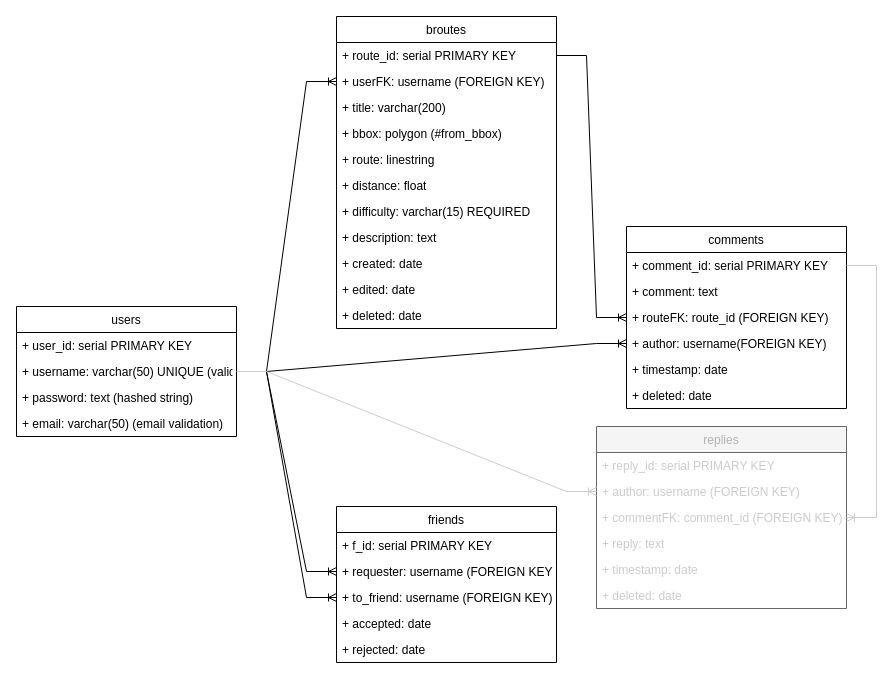
Earlier version of the draw.io diagram page "schema" (2 of 4) of readme/Cycling.drawio (tang-jh/ga-capstone-bcycling). Source tidied: cells renumbered, new cells numbered last; positions are measured from the earlier drawing's top-left corner, leaving out a move shared by most shapes. Both pictures are drawn from the tidied source at 100%, with x=0, y=0 at pixel (16, 16).
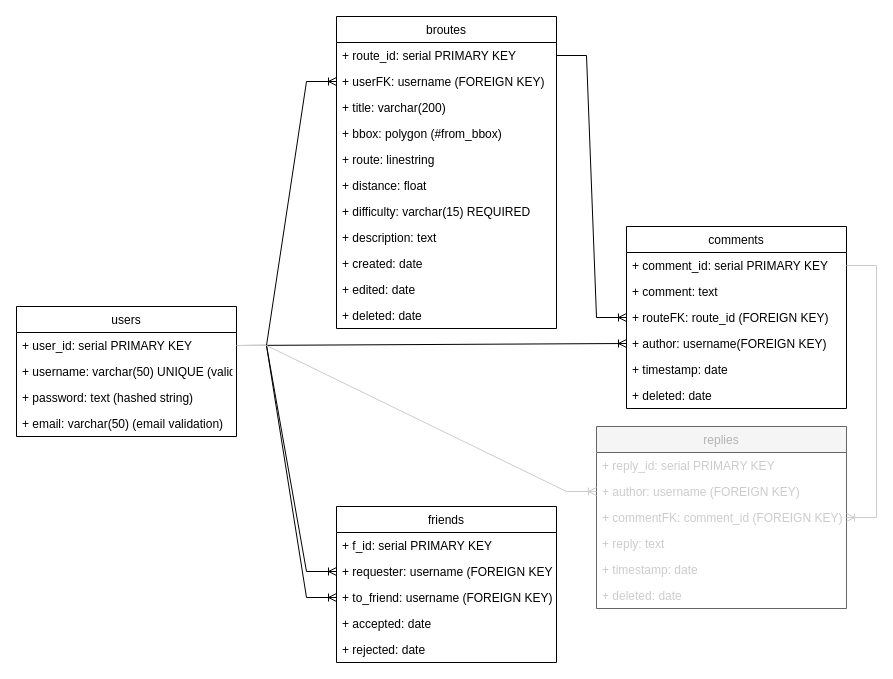
The same diagram, later.

The change refers to these unchanged cells:
```xml
<mxCell id="3" value="+ user_id: serial PRIMARY KEY" style="text;strokeColor=none;fillColor=none;align=left;verticalAlign=top;spacingLeft=4;spacingRight=4;overflow=hidden;points=[[0,0.5],[1,0.5]];portConstraint=eastwest;fontSize=12;" parent="2" vertex="1">
  <mxGeometry y="26" width="220" height="26" as="geometry" />
</mxCell>
<mxCell id="4" value="+ username: varchar(50) UNIQUE (validation)" style="text;strokeColor=none;fillColor=none;align=left;verticalAlign=top;spacingLeft=4;spacingRight=4;overflow=hidden;points=[[0,0.5],[1,0.5]];portConstraint=eastwest;fontSize=12;" parent="2" vertex="1">
  <mxGeometry y="52" width="220" height="26" as="geometry" />
</mxCell>
<mxCell id="9" value="+ userFK: username (FOREIGN KEY)" style="text;strokeColor=none;fillColor=none;align=left;verticalAlign=top;spacingLeft=4;spacingRight=4;overflow=hidden;points=[[0,0.5],[1,0.5]];portConstraint=eastwest;fontSize=12;" parent="7" vertex="1">
  <mxGeometry y="52" width="220" height="26" as="geometry" />
</mxCell>
<mxCell id="23" value="+ author: username(FOREIGN KEY)" style="text;strokeColor=none;fillColor=none;align=left;verticalAlign=top;spacingLeft=4;spacingRight=4;overflow=hidden;points=[[0,0.5],[1,0.5]];portConstraint=eastwest;fontSize=12;" parent="19" vertex="1">
  <mxGeometry y="104" width="220" height="26" as="geometry" />
</mxCell>
<mxCell id="28" value="+ requester: username (FOREIGN KEY)" style="text;strokeColor=none;fillColor=none;align=left;verticalAlign=top;spacingLeft=4;spacingRight=4;overflow=hidden;points=[[0,0.5],[1,0.5]];portConstraint=eastwest;fontSize=12;" parent="26" vertex="1">
  <mxGeometry y="52" width="220" height="26" as="geometry" />
</mxCell>
<mxCell id="29" value="+ to_friend: username (FOREIGN KEY)" style="text;strokeColor=none;fillColor=none;align=left;verticalAlign=top;spacingLeft=4;spacingRight=4;overflow=hidden;points=[[0,0.5],[1,0.5]];portConstraint=eastwest;fontSize=12;" parent="26" vertex="1">
  <mxGeometry y="78" width="220" height="26" as="geometry" />
</mxCell>
<mxCell id="39" value="+ author: username (FOREIGN KEY)" style="text;strokeColor=none;fillColor=none;align=left;verticalAlign=top;spacingLeft=4;spacingRight=4;overflow=hidden;points=[[0,0.5],[1,0.5]];portConstraint=eastwest;fontSize=12;fontColor=#CCCCCC;" parent="37" vertex="1">
  <mxGeometry y="52" width="250" height="26" as="geometry" />
</mxCell>
```

What changed in the source:
```diff
@@
-    <mxCell id="32" style="edgeStyle=entityRelationEdgeStyle;fontSize=12;html=1;endArrow=ERoneToMany;rounded=0;jumpStyle=arc;exitX=1;exitY=0.5;exitDx=0;exitDy=0;" parent="1" edge="1" source="4" target="28">
+    <mxCell id="32" style="edgeStyle=entityRelationEdgeStyle;fontSize=12;html=1;endArrow=ERoneToMany;rounded=0;jumpStyle=arc;exitX=1;exitY=0.5;exitDx=0;exitDy=0;" parent="1" edge="1" source="3" target="28">
       <mxGeometry relative="1" as="geometry" />
     </mxCell>
-    <mxCell id="33" style="edgeStyle=entityRelationEdgeStyle;fontSize=12;html=1;endArrow=ERoneToMany;rounded=0;entryX=0;entryY=0.5;entryDx=0;entryDy=0;jumpStyle=arc;exitX=1;exitY=0.5;exitDx=0;exitDy=0;" parent="1" edge="1" source="4" target="29">
+    <mxCell id="33" style="edgeStyle=entityRelationEdgeStyle;fontSize=12;html=1;endArrow=ERoneToMany;rounded=0;entryX=0;entryY=0.5;entryDx=0;entryDy=0;jumpStyle=arc;exitX=1;exitY=0.5;exitDx=0;exitDy=0;" parent="1" edge="1" source="3" target="29">
       <mxGeometry relative="1" as="geometry" />
     </mxCell>
-    <mxCell id="34" style="edgeStyle=entityRelationEdgeStyle;fontSize=12;html=1;endArrow=ERoneToMany;rounded=0;jumpStyle=arc;exitX=1;exitY=0.5;exitDx=0;exitDy=0;" parent="1" edge="1" source="4" target="9">
+    <mxCell id="34" style="edgeStyle=entityRelationEdgeStyle;fontSize=12;html=1;endArrow=ERoneToMany;rounded=0;jumpStyle=arc;exitX=1;exitY=0.5;exitDx=0;exitDy=0;" parent="1" edge="1" source="3" target="9">
       <mxGeometry relative="1" as="geometry" />
     </mxCell>
-    <mxCell id="35" style="edgeStyle=entityRelationEdgeStyle;fontSize=12;html=1;endArrow=ERoneToMany;rounded=0;exitX=1;exitY=0.5;exitDx=0;exitDy=0;jumpStyle=arc;entryX=0;entryY=0.5;entryDx=0;entryDy=0;" parent="1" edge="1" source="4" target="23">
+    <mxCell id="35" style="edgeStyle=entityRelationEdgeStyle;fontSize=12;html=1;endArrow=ERoneToMany;rounded=0;exitX=1;exitY=0.5;exitDx=0;exitDy=0;jumpStyle=arc;entryX=0;entryY=0.5;entryDx=0;entryDy=0;" parent="1" edge="1" source="3" target="23">
       <mxGeometry relative="1" as="geometry" />
     </mxCell>
@@
-    <mxCell id="44" style="edgeStyle=entityRelationEdgeStyle;fontSize=12;html=1;endArrow=ERoneToMany;rounded=0;exitX=1;exitY=0.5;exitDx=0;exitDy=0;jumpStyle=arc;entryX=0;entryY=0.5;entryDx=0;entryDy=0;strokeColor=#CCCCCC;" parent="1" edge="1" source="4" target="39">
+    <mxCell id="44" style="edgeStyle=entityRelationEdgeStyle;fontSize=12;html=1;endArrow=ERoneToMany;rounded=0;jumpStyle=arc;entryX=0;entryY=0.5;entryDx=0;entryDy=0;strokeColor=#CCCCCC;" parent="1" edge="1" source="3" target="39">
       <mxGeometry relative="1" as="geometry" />
     </mxCell>
```
